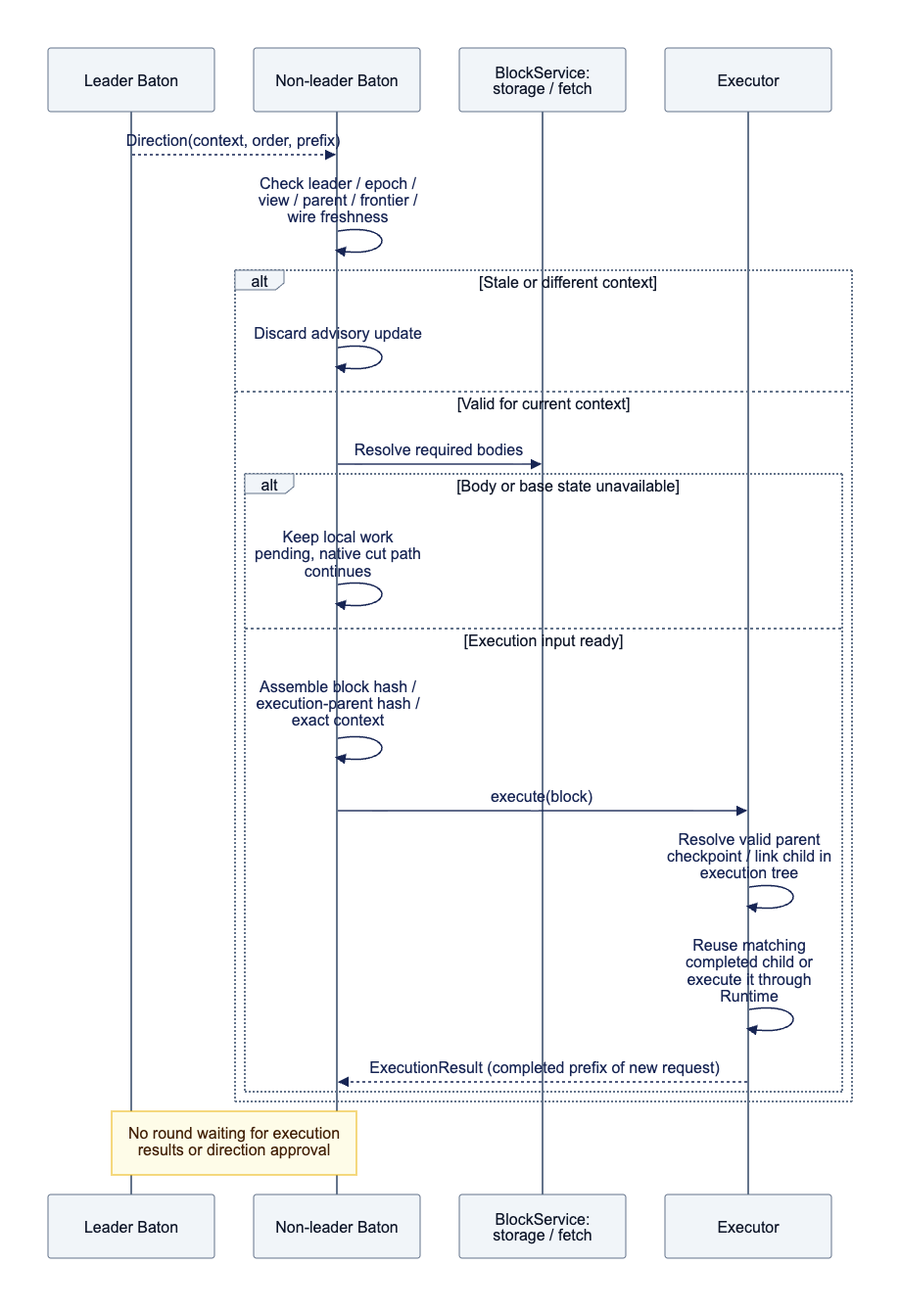
Above: docs/assets/diagrams/diagram-07.png in djm07073/baton-research (Mermaid), before the change. Its source is kept beside it as docs/assets/diagrams/diagram-07.mmd.
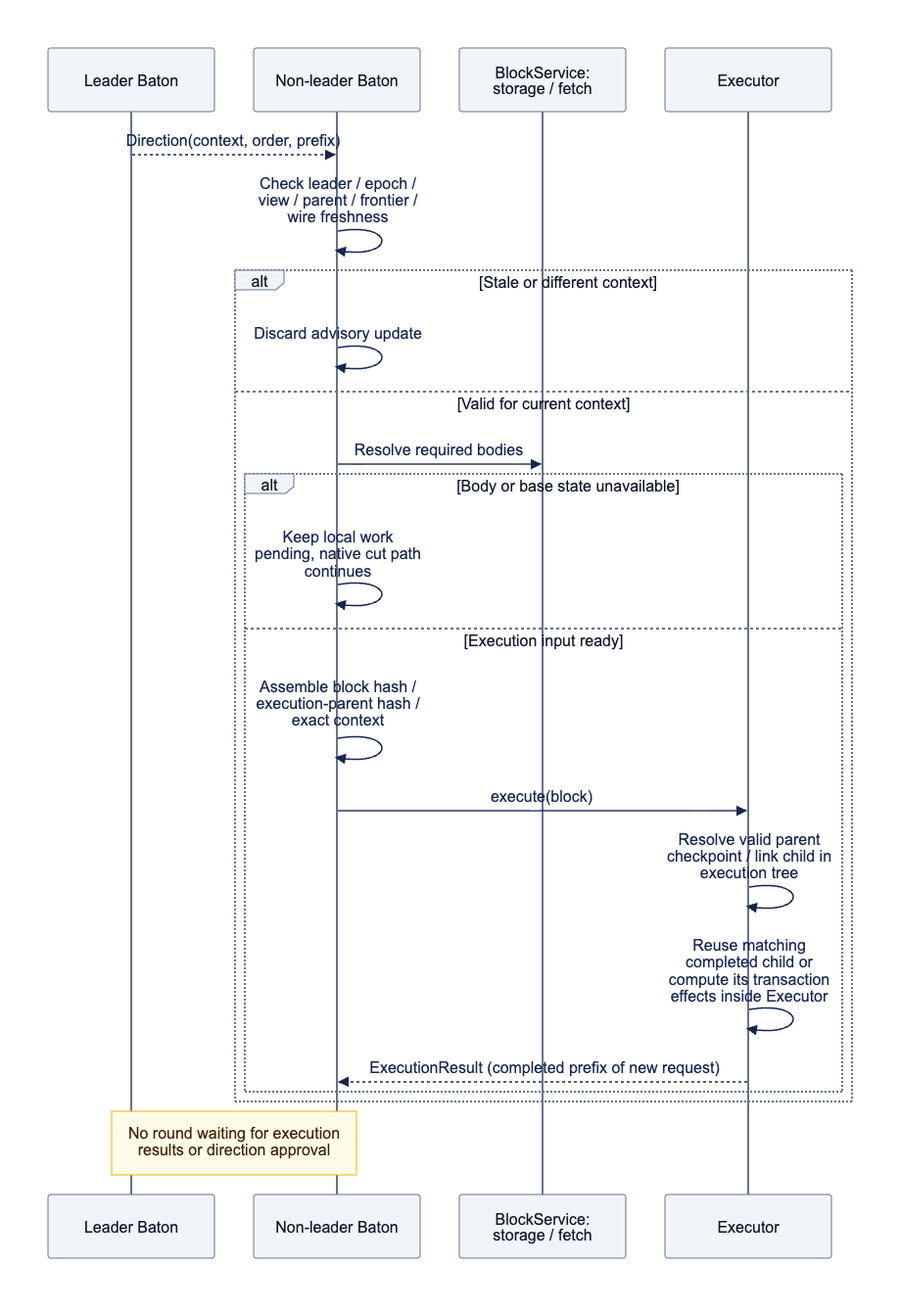
Above is the later version.

The edit, as a diff of the source:
```diff
@@ -15,7 +15,7 @@
             B->>B: Assemble block hash / execution-parent hash / exact context
             B->>E: execute(block)
             E->>E: Resolve valid parent checkpoint / link child in execution tree
-            E->>E: Reuse matching completed child or execute it through Runtime
+            E->>E: Reuse matching completed child or compute its transaction effects inside Executor
             E-->>B: ExecutionResult (completed prefix of new request)
         end
     end
```
